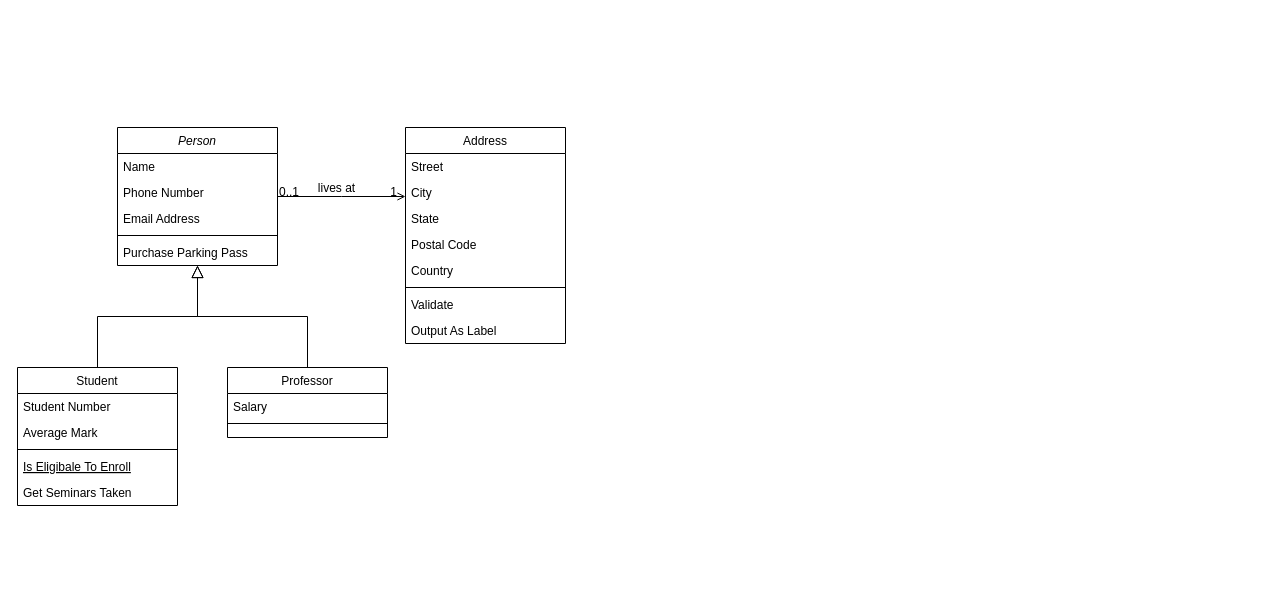
Above: artefacts/diagrams/class diagram.drawio in Elias-Ladenburger/CSEP (draw.io), before the change. Source tidied: cells renumbered, new cells numbered last; positions are measured from the earlier drawing's top-left corner, leaving out a move shared by most shapes. Both pictures are drawn from the tidied source at 100%, with x=0, y=0 at pixel (17, 127).
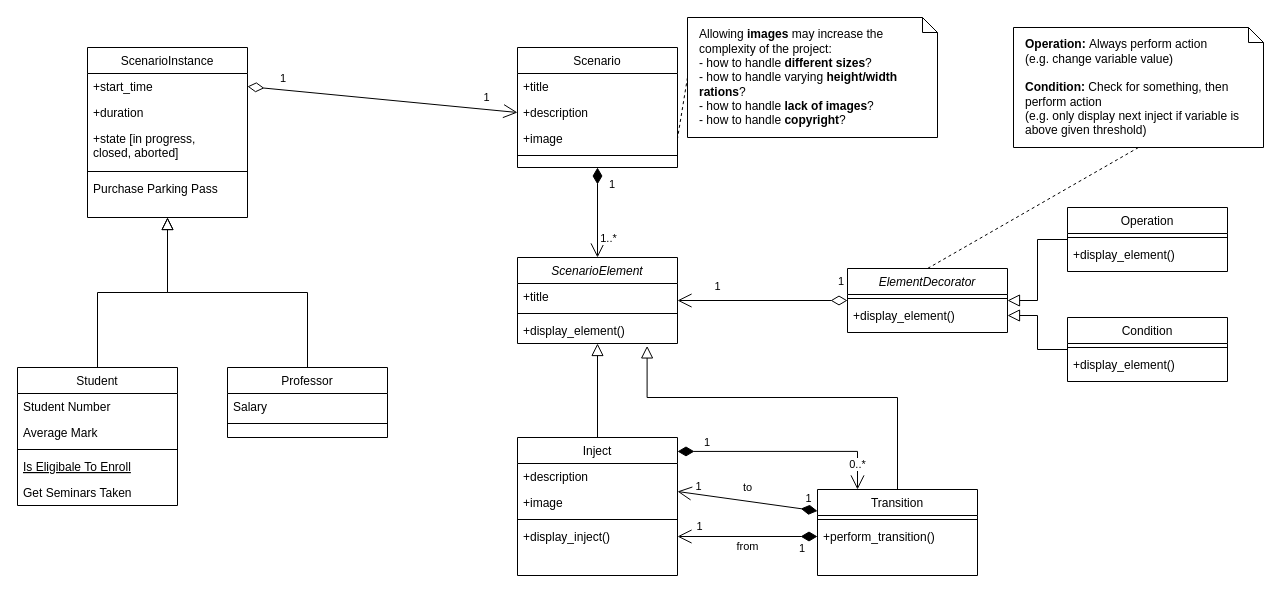
The same diagram, later.

Change to the diagram source:
```diff
@@
-    <mxCell id="2" value="Person" style="swimlane;fontStyle=2;align=center;verticalAlign=top;horizontal=1;startSize=26;rounded=0;shadow=0;strokeWidth=1;" parent="1" vertex="1">
-      <mxGeometry x="100" width="160" height="138" as="geometry" />
+    <mxCell id="2" value="ScenarioInstance" style="swimlane;fontStyle=0;align=center;verticalAlign=top;horizontal=1;startSize=26;rounded=0;shadow=0;strokeWidth=1;" parent="1" vertex="1">
+      <mxGeometry x="70" y="-80" width="160" height="170" as="geometry" />
     </mxCell>
-    <mxCell id="3" value="Name" style="text;align=left;verticalAlign=top;spacingLeft=4;spacingRight=4;overflow=hidden;points=[[0,0.5],[1,0.5]];portConstraint=eastwest;" parent="2" vertex="1">
+    <mxCell id="3" value="+start_time" style="text;align=left;verticalAlign=top;spacingLeft=4;spacingRight=4;overflow=hidden;points=[[0,0.5],[1,0.5]];portConstraint=eastwest;" parent="2" vertex="1">
       <mxGeometry y="26" width="160" height="26" as="geometry" />
     </mxCell>
-    <mxCell id="4" value="Phone Number" style="text;align=left;verticalAlign=top;spacingLeft=4;spacingRight=4;overflow=hidden;rounded=0;shadow=0;html=0;" parent="2" vertex="1">
+    <mxCell id="4" value="+duration" style="text;align=left;verticalAlign=top;spacingLeft=4;spacingRight=4;overflow=hidden;rounded=0;shadow=0;html=0;" parent="2" vertex="1">
       <mxGeometry y="52" width="160" height="26" as="geometry" />
     </mxCell>
-    <mxCell id="5" value="Email Address" style="text;align=left;verticalAlign=top;spacingLeft=4;spacingRight=4;overflow=hidden;rounded=0;shadow=0;html=0;" parent="2" vertex="1">
-      <mxGeometry y="78" width="160" height="26" as="geometry" />
+    <mxCell id="5" value="+state [in progress, &#10;closed, aborted]" style="text;align=left;verticalAlign=top;spacingLeft=4;spacingRight=4;overflow=hidden;rounded=0;shadow=0;html=0;" parent="2" vertex="1">
+      <mxGeometry y="78" width="160" height="42" as="geometry" />
     </mxCell>
     <mxCell id="6" style="line;html=1;strokeWidth=1;align=left;verticalAlign=middle;spacingTop=-1;spacingLeft=3;spacingRight=3;labelPosition=right;" parent="2" vertex="1">
-      <mxGeometry y="104" width="160" height="8" as="geometry" />
+      <mxGeometry y="120" width="160" height="8" as="geometry" />
     </mxCell>
     <mxCell id="7" value="Purchase Parking Pass" style="text;align=left;verticalAlign=top;spacingLeft=4;spacingRight=4;overflow=hidden;" parent="2" vertex="1">
-      <mxGeometry y="112" width="160" height="26" as="geometry" />
+      <mxGeometry y="128" width="160" height="26" as="geometry" />
     </mxCell>
@@
-    <mxCell id="19" value="Address" style="swimlane;fontStyle=0;align=center;verticalAlign=top;horizontal=1;startSize=26;rounded=0;shadow=0;strokeWidth=1;" parent="1" vertex="1">
-      <mxGeometry x="388" width="160" height="216" as="geometry" />
+    <mxCell id="19" value="Scenario" style="swimlane;fontStyle=0;align=center;verticalAlign=top;horizontal=1;startSize=26;rounded=0;shadow=0;strokeWidth=1;" parent="1" vertex="1">
+      <mxGeometry x="500" y="-80" width="160" height="120" as="geometry" />
     </mxCell>
-    <mxCell id="20" value="Street" style="text;align=left;verticalAlign=top;spacingLeft=4;spacingRight=4;overflow=hidden;" parent="19" vertex="1">
+    <mxCell id="20" value="+title" style="text;align=left;verticalAlign=top;spacingLeft=4;spacingRight=4;overflow=hidden;" parent="19" vertex="1">
       <mxGeometry y="26" width="160" height="26" as="geometry" />
     </mxCell>
-    <mxCell id="21" value="City" style="text;align=left;verticalAlign=top;spacingLeft=4;spacingRight=4;overflow=hidden;points=[[0,0.5],[1,0.5]];portConstraint=eastwest;rounded=0;shadow=0;html=0;" parent="19" vertex="1">
+    <mxCell id="21" value="+description" style="text;align=left;verticalAlign=top;spacingLeft=4;spacingRight=4;overflow=hidden;points=[[0,0.5],[1,0.5]];portConstraint=eastwest;rounded=0;shadow=0;html=0;" parent="19" vertex="1">
       <mxGeometry y="52" width="160" height="26" as="geometry" />
     </mxCell>
-    <mxCell id="22" value="State" style="text;align=left;verticalAlign=top;spacingLeft=4;spacingRight=4;overflow=hidden;rounded=0;shadow=0;html=0;" parent="19" vertex="1">
-      <mxGeometry y="78" width="160" height="26" as="geometry" />
-    </mxCell>
-    <mxCell id="23" value="Postal Code" style="text;align=left;verticalAlign=top;spacingLeft=4;spacingRight=4;overflow=hidden;rounded=0;shadow=0;html=0;" parent="19" vertex="1">
-      <mxGeometry y="104" width="160" height="26" as="geometry" />
-    </mxCell>
-    <mxCell id="24" value="Country" style="text;align=left;verticalAlign=top;spacingLeft=4;spacingRight=4;overflow=hidden;points=[[0,0.5],[1,0.5]];portConstraint=eastwest;rounded=0;shadow=0;html=0;" parent="19" vertex="1">
-      <mxGeometry y="130" width="160" height="26" as="geometry" />
+    <mxCell id="24" value="+image" style="text;align=left;verticalAlign=top;spacingLeft=4;spacingRight=4;overflow=hidden;points=[[0,0.5],[1,0.5]];portConstraint=eastwest;rounded=0;shadow=0;html=0;" parent="19" vertex="1">
+      <mxGeometry y="78" width="160" height="26" as="geometry" />
     </mxCell>
     <mxCell id="25" style="line;html=1;strokeWidth=1;align=left;verticalAlign=middle;spacingTop=-1;spacingLeft=3;spacingRight=3;labelPosition=right;" parent="19" vertex="1">
-      <mxGeometry y="156" width="160" height="8" as="geometry" />
+      <mxGeometry y="104" width="160" height="8" as="geometry" />
     </mxCell>
-    <mxCell id="26" value="Validate" style="text;align=left;verticalAlign=top;spacingLeft=4;spacingRight=4;overflow=hidden;" parent="19" vertex="1">
-      <mxGeometry y="164" width="160" height="26" as="geometry" />
-    </mxCell>
-    <mxCell id="27" value="Output As Label" style="text;align=left;verticalAlign=top;spacingLeft=4;spacingRight=4;overflow=hidden;" parent="19" vertex="1">
-      <mxGeometry y="190" width="160" height="26" as="geometry" />
-    </mxCell>
-    <mxCell id="28" style="endArrow=open;shadow=0;strokeWidth=1;rounded=0;endFill=1;edgeStyle=elbowEdgeStyle;elbow=vertical;" parent="1" edge="1" source="2" target="19">
-      <mxGeometry x="0.5" y="41" relative="1" as="geometry">
-        <mxPoint x="-40" y="32" as="offset" />
-      </mxGeometry>
-    </mxCell>
-    <mxCell id="29" value="0..1" style="align=left;verticalAlign=bottom;labelBackgroundColor=none;fontSize=12;" parent="28" vertex="1">
-      <mxGeometry x="-1" relative="1" as="geometry">
-        <mxPoint y="4" as="offset" />
-      </mxGeometry>
-    </mxCell>
-    <mxCell id="30" value="1" style="align=right;verticalAlign=bottom;labelBackgroundColor=none;fontSize=12;" parent="28" vertex="1">
-      <mxGeometry x="1" relative="1" as="geometry">
-        <mxPoint x="-7" y="4" as="offset" />
-      </mxGeometry>
-    </mxCell>
-    <mxCell id="31" value="lives at" style="text;html=1;align=center;verticalAlign=middle;labelBackgroundColor=none;rounded=0;shadow=0;strokeWidth=1;fontSize=12;" parent="28" vertex="1">
-      <mxGeometry x="0.5" y="49" relative="1" as="geometry">
-        <mxPoint x="-38" y="40" as="offset" />
-      </mxGeometry>
-    </mxCell>
+    <mxCell id="32" value="Inject" style="swimlane;fontStyle=0;align=center;verticalAlign=top;horizontal=1;startSize=26;rounded=0;shadow=0;strokeWidth=1;" parent="1" vertex="1">
+      <mxGeometry x="500" y="310" width="160" height="138" as="geometry" />
+    </mxCell>
+    <mxCell id="33" value="+description" style="text;align=left;verticalAlign=top;spacingLeft=4;spacingRight=4;overflow=hidden;rounded=0;shadow=0;html=0;" parent="32" vertex="1">
+      <mxGeometry y="26" width="160" height="26" as="geometry" />
+    </mxCell>
+    <mxCell id="34" value="+image" style="text;align=left;verticalAlign=top;spacingLeft=4;spacingRight=4;overflow=hidden;points=[[0,0.5],[1,0.5]];portConstraint=eastwest;rounded=0;shadow=0;html=0;" parent="32" vertex="1">
+      <mxGeometry y="52" width="160" height="26" as="geometry" />
+    </mxCell>
+    <mxCell id="35" style="line;html=1;strokeWidth=1;align=left;verticalAlign=middle;spacingTop=-1;spacingLeft=3;spacingRight=3;labelPosition=right;" parent="32" vertex="1">
+      <mxGeometry y="78" width="160" height="8" as="geometry" />
+    </mxCell>
+    <mxCell id="36" value="+display_inject()" style="text;align=left;verticalAlign=top;spacingLeft=4;spacingRight=4;overflow=hidden;points=[[0,0.5],[1,0.5]];portConstraint=eastwest;rounded=0;shadow=0;html=0;" parent="32" vertex="1">
+      <mxGeometry y="86" width="160" height="26" as="geometry" />
+    </mxCell>
+    <mxCell id="37" value="1" style="endArrow=open;html=1;endSize=12;startArrow=diamondThin;startSize=14;startFill=1;edgeStyle=orthogonalEdgeStyle;align=left;verticalAlign=bottom;exitX=0.5;exitY=1;exitDx=0;exitDy=0;rounded=0;" parent="1" edge="1" source="19" target="65">
+      <mxGeometry x="-0.43" y="10" relative="1" as="geometry" />
+    </mxCell>
+    <mxCell id="38" value="1..*" style="edgeLabel;html=1;align=center;verticalAlign=middle;" parent="37" vertex="1">
+      <mxGeometry x="0.22" y="1" relative="1" as="geometry">
+        <mxPoint x="9" y="15" as="offset" />
+      </mxGeometry>
+    </mxCell>
+    <mxCell id="39" value="Transition" style="swimlane;fontStyle=0;align=center;verticalAlign=top;horizontal=1;startSize=26;rounded=0;shadow=0;strokeWidth=1;" parent="1" vertex="1">
+      <mxGeometry x="800" y="362" width="160" height="86" as="geometry" />
+    </mxCell>
+    <mxCell id="40" style="line;html=1;strokeWidth=1;align=left;verticalAlign=middle;spacingTop=-1;spacingLeft=3;spacingRight=3;labelPosition=right;" parent="39" vertex="1">
+      <mxGeometry y="26" width="160" height="8" as="geometry" />
+    </mxCell>
+    <mxCell id="41" value="+perform_transition()" style="text;align=left;verticalAlign=top;spacingLeft=4;spacingRight=4;overflow=hidden;points=[[0,0.5],[1,0.5]];portConstraint=eastwest;" parent="39" vertex="1">
+      <mxGeometry y="34" width="160" height="26" as="geometry" />
+    </mxCell>
+    <mxCell id="42" value="1" style="endArrow=open;html=1;endSize=12;startArrow=diamondThin;startSize=14;startFill=1;edgeStyle=orthogonalEdgeStyle;align=left;verticalAlign=bottom;exitX=1;exitY=0.101;exitDx=0;exitDy=0;exitPerimeter=0;entryX=0.25;entryY=0;entryDx=0;entryDy=0;rounded=0;" parent="1" edge="1" source="32" target="39">
+      <mxGeometry x="-0.77" relative="1" as="geometry">
+        <Array as="points">
+          <mxPoint x="840" y="324" />
+        </Array>
+      </mxGeometry>
+    </mxCell>
+    <mxCell id="43" value="0..*" style="edgeLabel;html=1;align=center;verticalAlign=middle;" parent="42" vertex="1">
+      <mxGeometry x="0.22" y="1" relative="1" as="geometry">
+        <mxPoint x="47" y="13.1" as="offset" />
+      </mxGeometry>
+    </mxCell>
+    <mxCell id="44" value="1" style="endArrow=open;html=1;endSize=12;startArrow=diamondThin;startSize=14;startFill=1;align=left;verticalAlign=bottom;entryX=1;entryY=0.5;entryDx=0;entryDy=0;exitX=0;exitY=0.5;exitDx=0;exitDy=0;rounded=0;" parent="1" edge="1" source="41" target="36">
+      <mxGeometry x="-0.71" y="21" relative="1" as="geometry" />
+    </mxCell>
+    <mxCell id="45" value="1" style="edgeLabel;html=1;align=center;verticalAlign=middle;" parent="44" vertex="1">
+      <mxGeometry x="0.41" y="1" relative="1" as="geometry">
+        <mxPoint x="-20" y="-12" as="offset" />
+      </mxGeometry>
+    </mxCell>
+    <mxCell id="46" value="from" style="edgeLabel;html=1;align=center;verticalAlign=middle;" parent="44" vertex="1">
+      <mxGeometry x="0.38" y="4" relative="1" as="geometry">
+        <mxPoint x="26" y="5" as="offset" />
+      </mxGeometry>
+    </mxCell>
+    <mxCell id="47" style="endArrow=open;html=1;endSize=12;startArrow=diamondThin;startSize=14;startFill=1;align=left;verticalAlign=bottom;entryX=1;entryY=0.077;entryDx=0;entryDy=0;exitX=0;exitY=0.25;exitDx=0;exitDy=0;entryPerimeter=0;rounded=0;" parent="1" edge="1" source="39" target="34">
+      <mxGeometry x="-0.33" relative="1" as="geometry" />
+    </mxCell>
+    <mxCell id="48" value="1" style="edgeLabel;html=1;align=center;verticalAlign=middle;" parent="47" vertex="1">
+      <mxGeometry x="0.22" y="1" relative="1" as="geometry">
+        <mxPoint x="-34" y="-14" as="offset" />
+      </mxGeometry>
+    </mxCell>
+    <mxCell id="49" value="to" style="edgeLabel;html=1;align=center;verticalAlign=middle;" parent="47" vertex="1">
+      <mxGeometry x="0.53" y="4" relative="1" as="geometry">
+        <mxPoint x="37.5" y="-12.6" as="offset" />
+      </mxGeometry>
+    </mxCell>
+    <mxCell id="50" value="1" style="edgeLabel;html=1;align=center;verticalAlign=middle;" parent="47" vertex="1">
+      <mxGeometry x="-0.81" y="-1" relative="1" as="geometry">
+        <mxPoint x="3.1" y="-10.7" as="offset" />
+      </mxGeometry>
+    </mxCell>
+    <mxCell id="51" value="ElementDecorator" style="swimlane;fontStyle=2;align=center;verticalAlign=top;horizontal=1;startSize=26;rounded=0;shadow=0;strokeWidth=1;" parent="1" vertex="1">
+      <mxGeometry x="830" y="141" width="160" height="64" as="geometry" />
+    </mxCell>
+    <mxCell id="52" style="line;html=1;strokeWidth=1;align=left;verticalAlign=middle;spacingTop=-1;spacingLeft=3;spacingRight=3;labelPosition=right;" parent="51" vertex="1">
+      <mxGeometry y="26" width="160" height="8" as="geometry" />
+    </mxCell>
+    <mxCell id="53" value="+display_element()" style="text;align=left;verticalAlign=top;spacingLeft=4;spacingRight=4;overflow=hidden;points=[[0,0.5],[1,0.5]];portConstraint=eastwest;rounded=0;shadow=0;html=0;" parent="51" vertex="1">
+      <mxGeometry y="34" width="160" height="26" as="geometry" />
+    </mxCell>
+    <mxCell id="54" value="&lt;div&gt;Allowing &lt;b&gt;images &lt;/b&gt;may increase the complexity of the project:&lt;/div&gt;&lt;div&gt;- how to handle &lt;b&gt;different sizes&lt;/b&gt;?&lt;/div&gt;&lt;div&gt;- how to handle varying &lt;b&gt;height/width rations&lt;/b&gt;?&lt;br&gt;&lt;/div&gt;&lt;div&gt;- how to handle &lt;b&gt;lack of images&lt;/b&gt;?&lt;br&gt;&lt;/div&gt;&lt;div&gt;- how to handle &lt;b&gt;copyright&lt;/b&gt;?&lt;br&gt;&lt;/div&gt;" style="shape=note;size=15;align=left;spacingLeft=10;html=1;whiteSpace=wrap;" parent="1" vertex="1">
+      <mxGeometry x="670" y="-110" width="250" height="120" as="geometry" />
+    </mxCell>
+    <mxCell id="55" style="edgeStyle=none;endArrow=none;exitX=0;exitY=0.5;dashed=1;html=1;exitDx=0;exitDy=0;exitPerimeter=0;entryX=1;entryY=0.5;entryDx=0;entryDy=0;" parent="1" edge="1" source="54" target="24">
+      <mxGeometry x="1" relative="1" as="geometry" />
+    </mxCell>
+    <mxCell id="56" value="Operation" style="swimlane;fontStyle=0;align=center;verticalAlign=top;horizontal=1;startSize=26;rounded=0;shadow=0;strokeWidth=1;" parent="1" vertex="1">
+      <mxGeometry x="1050" y="80" width="160" height="64" as="geometry" />
+    </mxCell>
+    <mxCell id="57" style="line;html=1;strokeWidth=1;align=left;verticalAlign=middle;spacingTop=-1;spacingLeft=3;spacingRight=3;labelPosition=right;" parent="56" vertex="1">
+      <mxGeometry y="26" width="160" height="8" as="geometry" />
+    </mxCell>
+    <mxCell id="58" value="+display_element()" style="text;align=left;verticalAlign=top;spacingLeft=4;spacingRight=4;overflow=hidden;rounded=0;shadow=0;html=0;" parent="56" vertex="1">
+      <mxGeometry y="34" width="160" height="26" as="geometry" />
+    </mxCell>
+    <mxCell id="59" value="1" style="endArrow=open;html=1;endSize=12;startArrow=diamondThin;startSize=14;startFill=0;align=left;verticalAlign=bottom;entryX=1;entryY=0.5;entryDx=0;entryDy=0;rounded=0;exitX=0;exitY=-0.077;exitDx=0;exitDy=0;exitPerimeter=0;" parent="1" edge="1" source="53" target="65">
+      <mxGeometry x="-0.87" y="-10" relative="1" as="geometry" />
+    </mxCell>
+    <mxCell id="60" value="1" style="edgeLabel;html=1;align=center;verticalAlign=middle;" parent="59" vertex="1">
+      <mxGeometry x="0.47" y="1" relative="1" as="geometry">
+        <mxPoint x="-5.1" y="-15.1" as="offset" />
+      </mxGeometry>
+    </mxCell>
+    <mxCell id="61" value="Condition" style="swimlane;fontStyle=0;align=center;verticalAlign=top;horizontal=1;startSize=26;rounded=0;shadow=0;strokeWidth=1;" parent="1" vertex="1">
+      <mxGeometry x="1050" y="190" width="160" height="64" as="geometry" />
+    </mxCell>
+    <mxCell id="62" style="line;html=1;strokeWidth=1;align=left;verticalAlign=middle;spacingTop=-1;spacingLeft=3;spacingRight=3;labelPosition=right;" parent="61" vertex="1">
+      <mxGeometry y="26" width="160" height="8" as="geometry" />
+    </mxCell>
+    <mxCell id="63" value="+display_element()" style="text;align=left;verticalAlign=top;spacingLeft=4;spacingRight=4;overflow=hidden;rounded=0;shadow=0;html=0;" parent="61" vertex="1">
+      <mxGeometry y="34" width="160" height="26" as="geometry" />
+    </mxCell>
+    <mxCell id="64" style="endArrow=block;endSize=10;endFill=0;shadow=0;strokeWidth=1;rounded=0;elbow=vertical;entryX=1;entryY=0.5;entryDx=0;entryDy=0;edgeStyle=orthogonalEdgeStyle;" parent="1" edge="1" source="56" target="51">
+      <mxGeometry relative="1" as="geometry" />
+    </mxCell>
+    <mxCell id="65" value="ScenarioElement" style="swimlane;fontStyle=2;align=center;verticalAlign=top;horizontal=1;startSize=26;rounded=0;shadow=0;strokeWidth=1;" parent="1" vertex="1">
+      <mxGeometry x="500" y="130" width="160" height="86" as="geometry" />
+    </mxCell>
+    <mxCell id="66" value="+title" style="text;align=left;verticalAlign=top;spacingLeft=4;spacingRight=4;overflow=hidden;" parent="65" vertex="1">
+      <mxGeometry y="26" width="160" height="26" as="geometry" />
+    </mxCell>
+    <mxCell id="67" style="line;html=1;strokeWidth=1;align=left;verticalAlign=middle;spacingTop=-1;spacingLeft=3;spacingRight=3;labelPosition=right;" parent="65" vertex="1">
+      <mxGeometry y="52" width="160" height="8" as="geometry" />
+    </mxCell>
+    <mxCell id="68" value="+display_element()" style="text;align=left;verticalAlign=top;spacingLeft=4;spacingRight=4;overflow=hidden;points=[[0,0.5],[1,0.5]];portConstraint=eastwest;rounded=0;shadow=0;html=0;" parent="65" vertex="1">
+      <mxGeometry y="60" width="160" height="26" as="geometry" />
+    </mxCell>
+    <mxCell id="69" style="endArrow=block;endSize=10;endFill=0;shadow=0;strokeWidth=1;rounded=0;elbow=vertical;entryX=0.5;entryY=1;entryDx=0;entryDy=0;exitX=0.5;exitY=0;exitDx=0;exitDy=0;" parent="1" edge="1" source="32" target="65">
+      <mxGeometry relative="1" as="geometry" />
+    </mxCell>
+    <mxCell id="70" style="endArrow=block;endSize=10;endFill=0;shadow=0;strokeWidth=1;rounded=0;elbow=vertical;exitX=0.5;exitY=0;exitDx=0;exitDy=0;edgeStyle=orthogonalEdgeStyle;entryX=0.81;entryY=1.093;entryDx=0;entryDy=0;entryPerimeter=0;" parent="1" edge="1" source="39" target="68">
+      <mxGeometry relative="1" as="geometry">
+        <Array as="points">
+          <mxPoint x="880" y="270" />
+          <mxPoint x="630" y="270" />
+        </Array>
+      </mxGeometry>
+    </mxCell>
+    <mxCell id="71" style="endArrow=block;endSize=10;endFill=0;shadow=0;strokeWidth=1;rounded=0;elbow=vertical;exitX=0;exitY=0.5;exitDx=0;exitDy=0;edgeStyle=orthogonalEdgeStyle;entryX=1;entryY=0.5;entryDx=0;entryDy=0;" parent="1" edge="1" source="61" target="53">
+      <mxGeometry relative="1" as="geometry">
+        <Array as="points">
+          <mxPoint x="1020" y="222" />
+          <mxPoint x="1020" y="188" />
+        </Array>
+      </mxGeometry>
+    </mxCell>
+    <mxCell id="72" value="&lt;div&gt;&lt;b&gt;Operation: &lt;/b&gt;Always perform action&lt;br&gt;(e.g. change variable value)&lt;br&gt;&lt;/div&gt;&lt;div&gt;&lt;br&gt;&lt;/div&gt;&lt;div&gt;&lt;b&gt;Condition:&lt;/b&gt; Check for something, then perform action &lt;br&gt;(e.g. only display next inject if variable is above given threshold)&lt;br&gt;&lt;/div&gt;&lt;b&gt;&lt;/b&gt;" style="shape=note;size=15;align=left;spacingLeft=10;html=1;whiteSpace=wrap;" parent="1" vertex="1">
+      <mxGeometry x="996" y="-100" width="250" height="120" as="geometry" />
+    </mxCell>
+    <mxCell id="73" style="edgeStyle=none;endArrow=none;exitX=0.5;exitY=1;dashed=1;html=1;exitDx=0;exitDy=0;exitPerimeter=0;entryX=0.5;entryY=0;entryDx=0;entryDy=0;" parent="1" edge="1" source="72" target="51">
+      <mxGeometry x="1" relative="1" as="geometry" />
+    </mxCell>
+    <mxCell id="74" value="1" style="endArrow=open;html=1;endSize=12;startArrow=diamondThin;startSize=14;startFill=0;align=left;verticalAlign=bottom;entryX=0;entryY=0.5;entryDx=0;entryDy=0;rounded=0;exitX=1;exitY=0.5;exitDx=0;exitDy=0;" parent="1" edge="1" source="3" target="21">
+      <mxGeometry x="-0.78" y="2" relative="1" as="geometry">
+        <mxPoint x="1" as="offset" />
+      </mxGeometry>
+    </mxCell>
+    <mxCell id="75" value="1" style="edgeLabel;html=1;align=center;verticalAlign=middle;" parent="74" vertex="1">
+      <mxGeometry x="0.47" y="1" relative="1" as="geometry">
+        <mxPoint x="40.3" y="-7.8" as="offset" />
+      </mxGeometry>
+    </mxCell>
```
